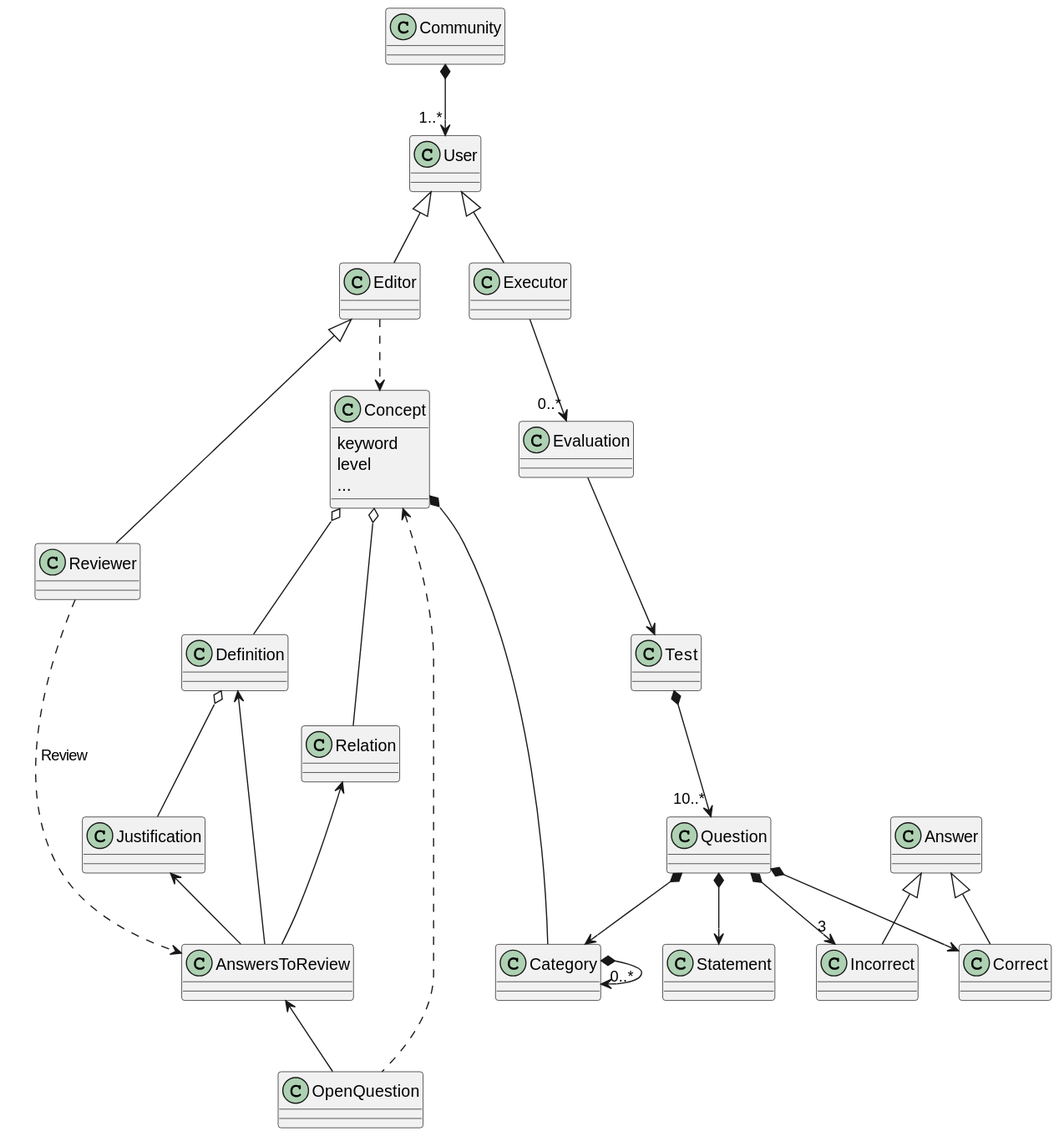
Earlier version of the PlantUML export out/doc/dominio_clases/OpoTestDomain.svg (Joselon/ProyectoOpoTest).
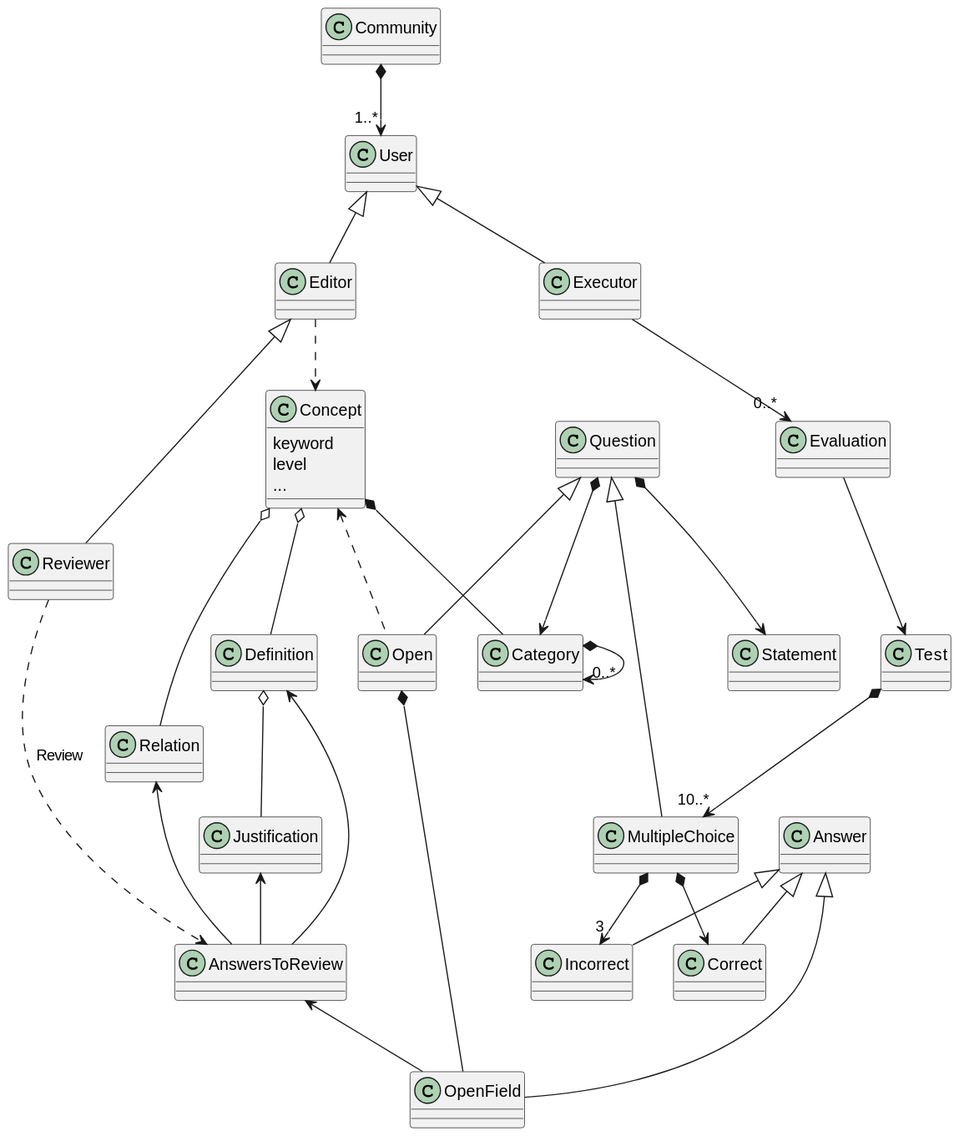
After the change.

Change to the diagram source:
```diff
@@ -24,11 +24,11 @@
     ...
 }
 
-class OpenQuestion {
-}
+class Open
 
-class Question {
-}
+class Question
+
+class MultipleChoice
 
 class Statement
 
@@ -45,7 +45,7 @@
 Editor <|--  Reviewer
 User <|-- Executor
 
-AnswersToReview <-- OpenQuestion
+AnswersToReview <-- OpenField
 Definition <-- AnswersToReview
 Justification <-- AnswersToReview
 Relation <-- AnswersToReview
@@ -59,18 +59,22 @@
 Evaluation --> Test
 
 Editor ..> Concept
-Concept <.. OpenQuestion
+Concept <.. Open
 Reviewer ..> AnswersToReview : Review
-
-Test *--> "10..*" Question
+Question <|-- MultipleChoice
+Question <|-- Open
+Test *--> "10..*" MultipleChoice
 Question *-->   Statement
-Question *--> "3" Incorrect
-Question *-->   Correct
+MultipleChoice *--> "3" Incorrect
+MultipleChoice *-->   Correct
 Answer <|-- Correct
 Answer <|-- Incorrect
+Answer <|-- OpenField
+Open *--OpenField
 
 Question *--> Category
 Category *-->"0..*" Category
 
 
+
 @enduml
```
